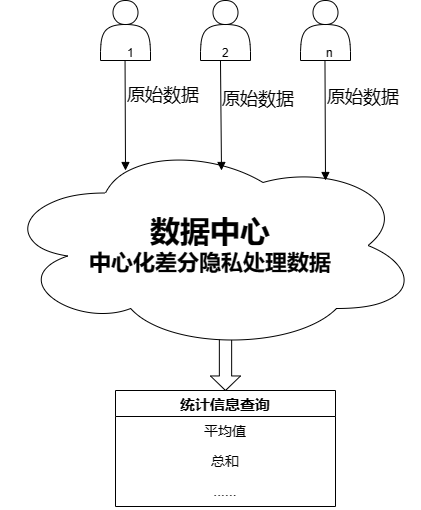
Above: model.drawio.png in fyl01/testgit (draw.io), before the change. Source tidied: cells renumbered, new cells last; positions are measured from the earlier drawing's top-left corner, leaving out a move shared by most shapes. Its diagram source:
```xml
<mxGraphModel>
  <root>
    <mxCell id="0" />
    <mxCell id="1" parent="0" />
    <mxCell id="2" style="group;labelBorderColor=#00CC00;labelBackgroundColor=none;rounded=0;" parent="1" vertex="1">
      <mxGeometry width="420" height="506" as="geometry" />
    </mxCell>
    <mxCell id="3" style="shape=actor;whiteSpace=wrap;html=1;labelBackgroundColor=none;rounded=0;" parent="2" vertex="1">
      <mxGeometry x="100" width="50" height="60" as="geometry" />
    </mxCell>
    <mxCell id="4" style="shape=actor;whiteSpace=wrap;html=1;labelBackgroundColor=none;rounded=0;" parent="2" vertex="1">
      <mxGeometry x="200" width="50" height="60" as="geometry" />
    </mxCell>
    <mxCell id="5" style="shape=actor;whiteSpace=wrap;html=1;labelBackgroundColor=none;rounded=0;" parent="2" vertex="1">
      <mxGeometry x="300" width="50" height="60" as="geometry" />
    </mxCell>
    <mxCell id="6" style="html=1;shadow=0;dashed=0;align=center;verticalAlign=middle;shape=mxgraph.arrows2.arrow;dy=0.59;dx=14.53;direction=south;notch=0;labelBackgroundColor=none;rounded=0;" parent="2" vertex="1">
      <mxGeometry x="210" y="330" width="30" height="60" as="geometry" />
    </mxCell>
    <mxCell id="7" value="&lt;b style=&quot;border-color: var(--border-color);&quot;&gt;&lt;font style=&quot;font-size: 30px;&quot;&gt;数据中心&lt;/font&gt;&lt;br style=&quot;border-color: var(--border-color);&quot;&gt;&lt;span style=&quot;font-size: 22px;&quot;&gt;中心化差分隐私处理数据&lt;/span&gt;&lt;/b&gt;" style="ellipse;shape=cloud;whiteSpace=wrap;html=1;align=center;labelBackgroundColor=none;rounded=0;" parent="2" vertex="1">
      <mxGeometry y="140" width="420" height="210" as="geometry" />
    </mxCell>
    <mxCell id="8" value="&lt;font style=&quot;font-size: 18px;&quot;&gt;原始数据&lt;/font&gt;" style="endArrow=block;endFill=1;html=1;edgeStyle=orthogonalEdgeStyle;align=left;verticalAlign=top;rounded=0;exitX=0.5;exitY=1;exitDx=0;exitDy=0;labelBackgroundColor=none;fontColor=default;" parent="2" edge="1">
      <mxGeometry x="-0.62" relative="1" as="geometry">
        <mxPoint x="220" y="60" as="sourcePoint" />
        <mxPoint x="221" y="170" as="targetPoint" />
        <Array as="points">
          <mxPoint x="221" y="60" />
        </Array>
      </mxGeometry>
    </mxCell>
    <mxCell id="9" value="2" style="edgeLabel;html=1;align=left;verticalAlign=bottom;labelBackgroundColor=none;rounded=0;" parent="8" vertex="1">
      <mxGeometry x="-1" relative="1" as="geometry" />
    </mxCell>
    <mxCell id="10" value="&lt;font style=&quot;font-size: 18px;&quot;&gt;原始数据&lt;/font&gt;" style="endArrow=block;endFill=1;html=1;edgeStyle=orthogonalEdgeStyle;align=left;verticalAlign=top;rounded=0;exitX=0.5;exitY=1;exitDx=0;exitDy=0;labelBackgroundColor=none;fontColor=default;" parent="2" edge="1">
      <mxGeometry x="-0.67" relative="1" as="geometry">
        <mxPoint x="324.5" y="60" as="sourcePoint" />
        <mxPoint x="325" y="180" as="targetPoint" />
        <Array as="points">
          <mxPoint x="325.5" y="60" />
        </Array>
      </mxGeometry>
    </mxCell>
    <mxCell id="11" value="n" style="edgeLabel;html=1;align=left;verticalAlign=bottom;labelBackgroundColor=none;rounded=0;" parent="10" vertex="1">
      <mxGeometry x="-1" relative="1" as="geometry" />
    </mxCell>
    <mxCell id="12" value="&lt;font style=&quot;font-size: 18px;&quot;&gt;原始数据&lt;/font&gt;" style="endArrow=block;endFill=1;html=1;edgeStyle=orthogonalEdgeStyle;align=left;verticalAlign=top;rounded=0;exitX=0.5;exitY=1;exitDx=0;exitDy=0;labelBackgroundColor=none;fontColor=default;" parent="2" edge="1">
      <mxGeometry x="-0.67" relative="1" as="geometry">
        <mxPoint x="124.6" y="60" as="sourcePoint" />
        <mxPoint x="125" y="170" as="targetPoint" />
        <Array as="points">
          <mxPoint x="125.6" y="60" />
        </Array>
      </mxGeometry>
    </mxCell>
    <mxCell id="13" value="1" style="edgeLabel;html=1;align=left;verticalAlign=bottom;labelBackgroundColor=none;rounded=0;" parent="12" vertex="1">
      <mxGeometry x="-1" relative="1" as="geometry" />
    </mxCell>
    <mxCell id="14" value="统计信息查询" style="swimlane;fontStyle=1;horizontal=1;startSize=26;align=center;fontSize=15;labelBackgroundColor=none;rounded=0;" parent="2" vertex="1">
      <mxGeometry x="115" y="390" width="220" height="116" as="geometry" />
    </mxCell>
    <mxCell id="15" value="平均值" style="text;strokeColor=none;fillColor=none;spacingLeft=4;spacingRight=4;overflow=hidden;fontSize=14;whiteSpace=wrap;html=1;align=center;labelBackgroundColor=none;rounded=0;" parent="14" vertex="1">
      <mxGeometry y="26" width="220" height="30" as="geometry" />
    </mxCell>
    <mxCell id="16" value="总和" style="text;strokeColor=none;fillColor=none;spacingLeft=4;spacingRight=4;overflow=hidden;fontSize=14;whiteSpace=wrap;html=1;align=center;labelBackgroundColor=none;rounded=0;" parent="14" vertex="1">
      <mxGeometry y="56" width="220" height="30" as="geometry" />
    </mxCell>
    <mxCell id="17" value="......" style="text;strokeColor=none;fillColor=none;spacingLeft=4;spacingRight=4;overflow=hidden;fontSize=14;whiteSpace=wrap;html=1;align=center;labelBackgroundColor=none;rounded=0;" parent="14" vertex="1">
      <mxGeometry y="86" width="220" height="30" as="geometry" />
    </mxCell>
  </root>
</mxGraphModel>
```
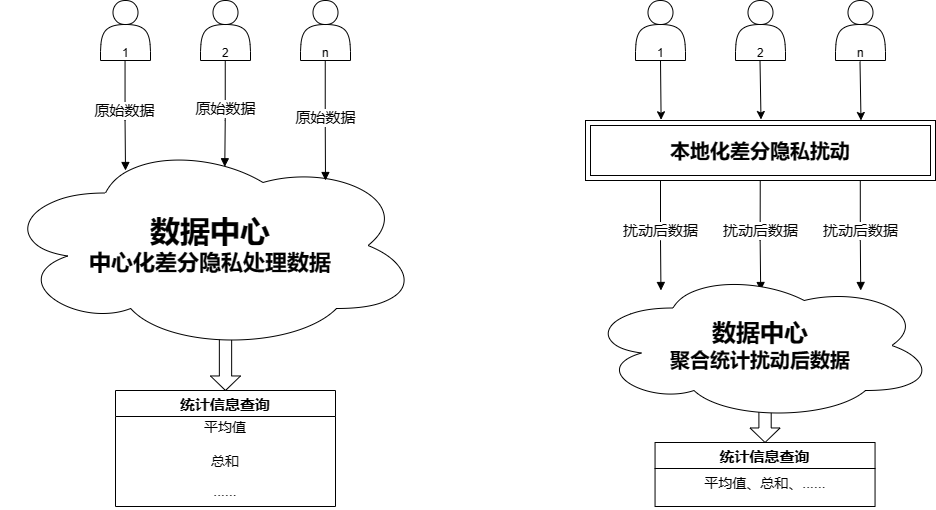
The same diagram one commit later.

The edit, as a diff of the source:
```diff
@@ -2,71 +2,190 @@
   <root>
     <mxCell id="0" />
     <mxCell id="1" parent="0" />
-    <mxCell id="2" style="group;labelBorderColor=#00CC00;labelBackgroundColor=none;rounded=0;" parent="1" vertex="1">
-      <mxGeometry width="420" height="506" as="geometry" />
-    </mxCell>
+    <mxCell id="18" style="group;" parent="1" vertex="1">
+      <mxGeometry width="420" height="506" as="geometry" />
+    </mxCell>
-    <mxCell id="3" style="shape=actor;whiteSpace=wrap;html=1;labelBackgroundColor=none;rounded=0;" parent="2" vertex="1">
+    <mxCell id="3" style="shape=actor;whiteSpace=wrap;html=1;labelBackgroundColor=none;rounded=0;" parent="18" vertex="1">
       <mxGeometry x="100" width="50" height="60" as="geometry" />
     </mxCell>
-    <mxCell id="4" style="shape=actor;whiteSpace=wrap;html=1;labelBackgroundColor=none;rounded=0;" parent="2" vertex="1">
+    <mxCell id="4" style="shape=actor;whiteSpace=wrap;html=1;labelBackgroundColor=none;rounded=0;" parent="18" vertex="1">
       <mxGeometry x="200" width="50" height="60" as="geometry" />
     </mxCell>
-    <mxCell id="5" style="shape=actor;whiteSpace=wrap;html=1;labelBackgroundColor=none;rounded=0;" parent="2" vertex="1">
+    <mxCell id="5" style="shape=actor;whiteSpace=wrap;html=1;labelBackgroundColor=none;rounded=0;" parent="18" vertex="1">
       <mxGeometry x="300" width="50" height="60" as="geometry" />
     </mxCell>
-    <mxCell id="6" style="html=1;shadow=0;dashed=0;align=center;verticalAlign=middle;shape=mxgraph.arrows2.arrow;dy=0.59;dx=14.53;direction=south;notch=0;labelBackgroundColor=none;rounded=0;" parent="2" vertex="1">
+    <mxCell id="6" style="html=1;shadow=0;dashed=0;align=center;verticalAlign=middle;shape=mxgraph.arrows2.arrow;dy=0.59;dx=14.53;direction=south;notch=0;labelBackgroundColor=none;rounded=0;" parent="18" vertex="1">
       <mxGeometry x="210" y="330" width="30" height="60" as="geometry" />
     </mxCell>
-    <mxCell id="7" value="&lt;b style=&quot;border-color: var(--border-color);&quot;&gt;&lt;font style=&quot;font-size: 30px;&quot;&gt;数据中心&lt;/font&gt;&lt;br style=&quot;border-color: var(--border-color);&quot;&gt;&lt;span style=&quot;font-size: 22px;&quot;&gt;中心化差分隐私处理数据&lt;/span&gt;&lt;/b&gt;" style="ellipse;shape=cloud;whiteSpace=wrap;html=1;align=center;labelBackgroundColor=none;rounded=0;" parent="2" vertex="1">
+    <mxCell id="7" value="&lt;b style=&quot;border-color: var(--border-color);&quot;&gt;&lt;font style=&quot;font-size: 30px;&quot;&gt;数据中心&lt;/font&gt;&lt;br style=&quot;border-color: var(--border-color);&quot;&gt;&lt;span style=&quot;font-size: 22px;&quot;&gt;中心化差分隐私处理数据&lt;/span&gt;&lt;/b&gt;" style="ellipse;shape=cloud;whiteSpace=wrap;html=1;align=center;labelBackgroundColor=none;rounded=0;" parent="18" vertex="1">
       <mxGeometry y="140" width="420" height="210" as="geometry" />
     </mxCell>
-    <mxCell id="8" value="&lt;font style=&quot;font-size: 18px;&quot;&gt;原始数据&lt;/font&gt;" style="endArrow=block;endFill=1;html=1;edgeStyle=orthogonalEdgeStyle;align=left;verticalAlign=top;rounded=0;exitX=0.5;exitY=1;exitDx=0;exitDy=0;labelBackgroundColor=none;fontColor=default;" parent="2" edge="1">
-      <mxGeometry x="-0.62" relative="1" as="geometry">
-        <mxPoint x="220" y="60" as="sourcePoint" />
-        <mxPoint x="221" y="170" as="targetPoint" />
-        <Array as="points">
-          <mxPoint x="221" y="60" />
-        </Array>
-      </mxGeometry>
-    </mxCell>
-    <mxCell id="9" value="2" style="edgeLabel;html=1;align=left;verticalAlign=bottom;labelBackgroundColor=none;rounded=0;" parent="8" vertex="1">
-      <mxGeometry x="-1" relative="1" as="geometry" />
-    </mxCell>
-    <mxCell id="10" value="&lt;font style=&quot;font-size: 18px;&quot;&gt;原始数据&lt;/font&gt;" style="endArrow=block;endFill=1;html=1;edgeStyle=orthogonalEdgeStyle;align=left;verticalAlign=top;rounded=0;exitX=0.5;exitY=1;exitDx=0;exitDy=0;labelBackgroundColor=none;fontColor=default;" parent="2" edge="1">
-      <mxGeometry x="-0.67" relative="1" as="geometry">
-        <mxPoint x="324.5" y="60" as="sourcePoint" />
-        <mxPoint x="325" y="180" as="targetPoint" />
-        <Array as="points">
-          <mxPoint x="325.5" y="60" />
-        </Array>
-      </mxGeometry>
-    </mxCell>
-    <mxCell id="11" value="n" style="edgeLabel;html=1;align=left;verticalAlign=bottom;labelBackgroundColor=none;rounded=0;" parent="10" vertex="1">
-      <mxGeometry x="-1" relative="1" as="geometry" />
-    </mxCell>
-    <mxCell id="12" value="&lt;font style=&quot;font-size: 18px;&quot;&gt;原始数据&lt;/font&gt;" style="endArrow=block;endFill=1;html=1;edgeStyle=orthogonalEdgeStyle;align=left;verticalAlign=top;rounded=0;exitX=0.5;exitY=1;exitDx=0;exitDy=0;labelBackgroundColor=none;fontColor=default;" parent="2" edge="1">
+    <mxCell id="12" style="endArrow=block;endFill=1;html=1;edgeStyle=orthogonalEdgeStyle;align=left;verticalAlign=top;rounded=0;exitX=0.5;exitY=1;exitDx=0;exitDy=0;labelBackgroundColor=none;fontColor=default;" parent="18" edge="1">
       <mxGeometry x="-0.67" relative="1" as="geometry">
         <mxPoint x="124.6" y="60" as="sourcePoint" />
         <mxPoint x="125" y="170" as="targetPoint" />
         <Array as="points">
-          <mxPoint x="125.6" y="60" />
+          <mxPoint x="125" y="120" />
+          <mxPoint x="125" y="120" />
         </Array>
       </mxGeometry>
     </mxCell>
     <mxCell id="13" value="1" style="edgeLabel;html=1;align=left;verticalAlign=bottom;labelBackgroundColor=none;rounded=0;" parent="12" vertex="1">
-      <mxGeometry x="-1" relative="1" as="geometry" />
+      <mxGeometry x="-1" relative="1" as="geometry">
+        <mxPoint x="-5" as="offset" />
+      </mxGeometry>
     </mxCell>
+    <mxCell id="19" value="&lt;font style=&quot;font-size: 15px;&quot;&gt;原始数据&lt;/font&gt;" style="edgeLabel;html=1;align=center;verticalAlign=middle;" parent="12" vertex="1">
+      <mxGeometry x="0.17" y="-1" relative="1" as="geometry">
+        <mxPoint y="-15" as="offset" />
+      </mxGeometry>
+    </mxCell>
-    <mxCell id="14" value="统计信息查询" style="swimlane;fontStyle=1;horizontal=1;startSize=26;align=center;fontSize=15;labelBackgroundColor=none;rounded=0;" parent="2" vertex="1">
+    <mxCell id="14" value="统计信息查询" style="swimlane;fontStyle=1;horizontal=1;startSize=26;align=center;fontSize=15;labelBackgroundColor=none;rounded=0;" parent="18" vertex="1">
       <mxGeometry x="115" y="390" width="220" height="116" as="geometry" />
     </mxCell>
+    <mxCell id="20" style="endArrow=block;endFill=1;html=1;edgeStyle=orthogonalEdgeStyle;align=left;verticalAlign=top;rounded=0;exitX=0.5;exitY=1;exitDx=0;exitDy=0;labelBackgroundColor=none;fontColor=default;entryX=0.534;entryY=0.125;entryDx=0;entryDy=0;entryPerimeter=0;" parent="18" edge="1" target="7">
+      <mxGeometry x="-0.67" relative="1" as="geometry">
+        <mxPoint x="224.8" y="60" as="sourcePoint" />
+        <Array as="points">
+          <mxPoint x="225" y="120" />
+          <mxPoint x="224" y="120" />
+        </Array>
+      </mxGeometry>
+    </mxCell>
+    <mxCell id="21" value="2" style="edgeLabel;html=1;align=left;verticalAlign=bottom;labelBackgroundColor=none;rounded=0;" parent="20" vertex="1">
+      <mxGeometry x="-1" relative="1" as="geometry">
+        <mxPoint x="-5" as="offset" />
+      </mxGeometry>
+    </mxCell>
+    <mxCell id="22" value="&lt;font style=&quot;font-size: 15px;&quot;&gt;原始数据&lt;/font&gt;" style="edgeLabel;html=1;align=center;verticalAlign=middle;" parent="20" vertex="1">
+      <mxGeometry x="0.17" y="-1" relative="1" as="geometry">
+        <mxPoint y="-15" as="offset" />
+      </mxGeometry>
+    </mxCell>
+    <mxCell id="23" style="endArrow=block;endFill=1;html=1;edgeStyle=orthogonalEdgeStyle;align=left;verticalAlign=top;rounded=0;exitX=0.5;exitY=1;exitDx=0;exitDy=0;labelBackgroundColor=none;fontColor=default;" parent="18" edge="1">
+      <mxGeometry x="-0.67" relative="1" as="geometry">
+        <mxPoint x="324.8" y="60" as="sourcePoint" />
+        <mxPoint x="325" y="180" as="targetPoint" />
+        <Array as="points">
+          <mxPoint x="325.2" y="120" />
+          <mxPoint x="325.2" y="120" />
+        </Array>
+      </mxGeometry>
+    </mxCell>
+    <mxCell id="24" value="n" style="edgeLabel;html=1;align=left;verticalAlign=bottom;labelBackgroundColor=none;rounded=0;" parent="23" vertex="1">
+      <mxGeometry x="-1" relative="1" as="geometry">
+        <mxPoint x="-5" as="offset" />
+      </mxGeometry>
+    </mxCell>
+    <mxCell id="25" value="&lt;font style=&quot;font-size: 15px;&quot;&gt;原始数据&lt;/font&gt;" style="edgeLabel;html=1;align=center;verticalAlign=middle;" parent="23" vertex="1">
+      <mxGeometry x="0.17" y="-1" relative="1" as="geometry">
+        <mxPoint y="-15" as="offset" />
+      </mxGeometry>
+    </mxCell>
-    <mxCell id="15" value="平均值" style="text;strokeColor=none;fillColor=none;spacingLeft=4;spacingRight=4;overflow=hidden;fontSize=14;whiteSpace=wrap;html=1;align=center;labelBackgroundColor=none;rounded=0;" parent="14" vertex="1">
-      <mxGeometry y="26" width="220" height="30" as="geometry" />
+    <mxCell id="15" value="平均值" style="text;strokeColor=none;fillColor=none;spacingLeft=4;spacingRight=4;overflow=hidden;fontSize=14;whiteSpace=wrap;html=1;align=center;labelBackgroundColor=none;rounded=0;" parent="18" vertex="1">
+      <mxGeometry x="115" y="412" width="220" height="38" as="geometry" />
     </mxCell>
-    <mxCell id="16" value="总和" style="text;strokeColor=none;fillColor=none;spacingLeft=4;spacingRight=4;overflow=hidden;fontSize=14;whiteSpace=wrap;html=1;align=center;labelBackgroundColor=none;rounded=0;" parent="14" vertex="1">
-      <mxGeometry y="56" width="220" height="30" as="geometry" />
+    <mxCell id="16" value="总和" style="text;strokeColor=none;fillColor=none;spacingLeft=4;spacingRight=4;overflow=hidden;fontSize=14;whiteSpace=wrap;html=1;align=center;labelBackgroundColor=none;rounded=0;" parent="18" vertex="1">
+      <mxGeometry x="115" y="446" width="220" height="30" as="geometry" />
     </mxCell>
-    <mxCell id="17" value="......" style="text;strokeColor=none;fillColor=none;spacingLeft=4;spacingRight=4;overflow=hidden;fontSize=14;whiteSpace=wrap;html=1;align=center;labelBackgroundColor=none;rounded=0;" parent="14" vertex="1">
-      <mxGeometry y="86" width="220" height="30" as="geometry" />
+    <mxCell id="17" value="......" style="text;strokeColor=none;fillColor=none;spacingLeft=4;spacingRight=4;overflow=hidden;fontSize=14;whiteSpace=wrap;html=1;align=center;labelBackgroundColor=none;rounded=0;" parent="18" vertex="1">
+      <mxGeometry x="115" y="476" width="220" height="30" as="geometry" />
     </mxCell>
+    <mxCell id="26" style="group;" parent="1" vertex="1">
+      <mxGeometry x="585" width="350" height="506" as="geometry" />
+    </mxCell>
+    <mxCell id="27" style="shape=actor;whiteSpace=wrap;html=1;labelBackgroundColor=none;rounded=0;" parent="26" vertex="1">
+      <mxGeometry x="50" width="50" height="60" as="geometry" />
+    </mxCell>
+    <mxCell id="28" style="shape=actor;whiteSpace=wrap;html=1;labelBackgroundColor=none;rounded=0;" parent="26" vertex="1">
+      <mxGeometry x="150" width="50" height="60" as="geometry" />
+    </mxCell>
+    <mxCell id="29" style="shape=actor;whiteSpace=wrap;html=1;labelBackgroundColor=none;rounded=0;" parent="26" vertex="1">
+      <mxGeometry x="250" width="50" height="60" as="geometry" />
+    </mxCell>
+    <mxCell id="30" value="1" style="edgeLabel;html=1;align=left;verticalAlign=bottom;labelBackgroundColor=none;rounded=0;" parent="26" vertex="1">
+      <mxGeometry x="69.6" y="60" as="geometry" />
+    </mxCell>
+    <mxCell id="31" value="2" style="edgeLabel;html=1;align=left;verticalAlign=bottom;labelBackgroundColor=none;rounded=0;" parent="26" vertex="1">
+      <mxGeometry x="169.8" y="60" as="geometry" />
+    </mxCell>
+    <mxCell id="32" value="n" style="edgeLabel;html=1;align=left;verticalAlign=bottom;labelBackgroundColor=none;rounded=0;" parent="26" vertex="1">
+      <mxGeometry x="269.8" y="60" as="geometry" />
+    </mxCell>
+    <mxCell id="33" value="&lt;font size=&quot;1&quot; style=&quot;&quot;&gt;&lt;b style=&quot;font-size: 20px;&quot;&gt;本地化差分隐私扰动&lt;/b&gt;&lt;/font&gt;" style="shape=ext;margin=3;double=1;whiteSpace=wrap;html=1;align=center;" parent="26" vertex="1">
+      <mxGeometry y="120" width="350" height="60" as="geometry" />
+    </mxCell>
+    <mxCell id="34" style="endArrow=classic;html=1;rounded=0;entryX=0.216;entryY=-0.012;entryDx=0;entryDy=0;entryPerimeter=0;exitX=0.5;exitY=1;exitDx=0;exitDy=0;" parent="26" edge="1" source="27" target="33">
+      <mxGeometry relative="1" as="geometry" />
+    </mxCell>
+    <mxCell id="35" style="endArrow=classic;html=1;rounded=0;entryX=0.216;entryY=-0.012;entryDx=0;entryDy=0;entryPerimeter=0;exitX=0.5;exitY=1;exitDx=0;exitDy=0;" parent="26" edge="1">
+      <mxGeometry relative="1" as="geometry">
+        <mxPoint x="174.5" y="60" as="sourcePoint" />
+        <mxPoint x="175.5" y="119" as="targetPoint" />
+      </mxGeometry>
+    </mxCell>
+    <mxCell id="36" style="endArrow=classic;html=1;rounded=0;entryX=0.216;entryY=-0.012;entryDx=0;entryDy=0;entryPerimeter=0;exitX=0.5;exitY=1;exitDx=0;exitDy=0;" parent="26" edge="1">
+      <mxGeometry relative="1" as="geometry">
+        <mxPoint x="274.5" y="61" as="sourcePoint" />
+        <mxPoint x="275.5" y="120" as="targetPoint" />
+      </mxGeometry>
+    </mxCell>
+    <mxCell id="37" style="endArrow=block;endFill=1;html=1;edgeStyle=orthogonalEdgeStyle;align=left;verticalAlign=top;rounded=0;exitX=0.5;exitY=1;exitDx=0;exitDy=0;labelBackgroundColor=none;fontColor=default;" parent="26" edge="1">
+      <mxGeometry x="-0.67" relative="1" as="geometry">
+        <mxPoint x="75" y="180" as="sourcePoint" />
+        <mxPoint x="75.5" y="290" as="targetPoint" />
+        <Array as="points">
+          <mxPoint x="75.5" y="240" />
+          <mxPoint x="75.5" y="240" />
+        </Array>
+      </mxGeometry>
+    </mxCell>
+    <mxCell id="38" value="&lt;font style=&quot;font-size: 15px;&quot;&gt;扰动后数据&lt;/font&gt;" style="edgeLabel;html=1;align=center;verticalAlign=middle;" parent="37" vertex="1">
+      <mxGeometry x="0.17" y="-1" relative="1" as="geometry">
+        <mxPoint y="-15" as="offset" />
+      </mxGeometry>
+    </mxCell>
+    <mxCell id="39" style="endArrow=block;endFill=1;html=1;edgeStyle=orthogonalEdgeStyle;align=left;verticalAlign=top;rounded=0;exitX=0.5;exitY=1;exitDx=0;exitDy=0;labelBackgroundColor=none;fontColor=default;" parent="26" edge="1">
+      <mxGeometry x="-0.67" relative="1" as="geometry">
+        <mxPoint x="174.7" y="180" as="sourcePoint" />
+        <mxPoint x="175.2" y="290" as="targetPoint" />
+        <Array as="points">
+          <mxPoint x="175.2" y="240" />
+          <mxPoint x="175.2" y="240" />
+        </Array>
+      </mxGeometry>
+    </mxCell>
+    <mxCell id="40" value="&lt;font style=&quot;font-size: 15px;&quot;&gt;扰动后数据&lt;/font&gt;" style="edgeLabel;html=1;align=center;verticalAlign=middle;" parent="39" vertex="1">
+      <mxGeometry x="0.17" y="-1" relative="1" as="geometry">
+        <mxPoint y="-15" as="offset" />
+      </mxGeometry>
+    </mxCell>
+    <mxCell id="41" style="endArrow=block;endFill=1;html=1;edgeStyle=orthogonalEdgeStyle;align=left;verticalAlign=top;rounded=0;exitX=0.5;exitY=1;exitDx=0;exitDy=0;labelBackgroundColor=none;fontColor=default;" parent="26" edge="1">
+      <mxGeometry x="-0.67" relative="1" as="geometry">
+        <mxPoint x="274.8" y="180" as="sourcePoint" />
+        <mxPoint x="275.2" y="290" as="targetPoint" />
+        <Array as="points">
+          <mxPoint x="275.2" y="240" />
+          <mxPoint x="275.2" y="240" />
+        </Array>
+      </mxGeometry>
+    </mxCell>
+    <mxCell id="42" value="&lt;font style=&quot;font-size: 15px;&quot;&gt;扰动后数据&lt;/font&gt;" style="edgeLabel;html=1;align=center;verticalAlign=middle;" parent="41" vertex="1">
+      <mxGeometry x="0.17" y="-1" relative="1" as="geometry">
+        <mxPoint y="-15" as="offset" />
+      </mxGeometry>
+    </mxCell>
+    <mxCell id="43" style="html=1;shadow=0;dashed=0;align=center;verticalAlign=middle;shape=mxgraph.arrows2.arrow;dy=0.59;dx=14.53;direction=south;notch=0;labelBackgroundColor=none;rounded=0;" parent="26" vertex="1">
+      <mxGeometry x="164.5" y="382" width="30" height="60" as="geometry" />
+    </mxCell>
+    <mxCell id="44" value="&lt;b style=&quot;border-color: var(--border-color);&quot;&gt;&lt;font style=&quot;font-size: 24px;&quot;&gt;数据中心&lt;/font&gt;&lt;br style=&quot;border-color: var(--border-color);&quot;&gt;&lt;font style=&quot;font-size: 20px;&quot;&gt;聚合统计扰动后数据&lt;/font&gt;&lt;br&gt;&lt;/b&gt;" style="ellipse;shape=cloud;whiteSpace=wrap;html=1;align=center;labelBackgroundColor=none;rounded=0;" parent="26" vertex="1">
+      <mxGeometry y="270" width="350" height="150" as="geometry" />
+    </mxCell>
+    <mxCell id="45" value="统计信息查询" style="swimlane;fontStyle=1;horizontal=1;startSize=26;align=center;fontSize=15;labelBackgroundColor=none;rounded=0;" parent="26" vertex="1">
+      <mxGeometry x="69.5" y="442" width="220" height="64" as="geometry" />
+    </mxCell>
+    <mxCell id="46" value="平均值、总和、......" style="text;strokeColor=none;fillColor=none;spacingLeft=4;spacingRight=4;overflow=hidden;fontSize=14;whiteSpace=wrap;html=1;align=center;labelBackgroundColor=none;rounded=0;" parent="45" vertex="1">
+      <mxGeometry y="26" width="220" height="38" as="geometry" />
+    </mxCell>
   </root>
 </mxGraphModel>
```
